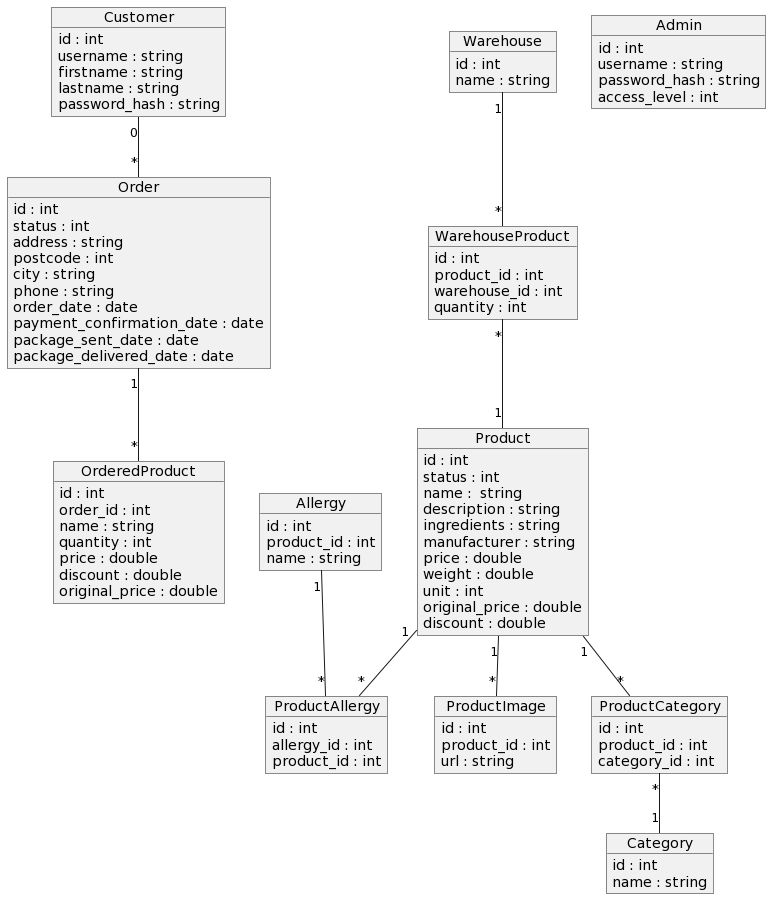
Earlier version of the PlantUML export database/uml.png (MissAlways/AlwaysShop). Source of this version:
```plantuml
@startuml
object Customer
object Order
object Product
object Warehouse
object OrderedProduct
object ProductImage
object WarehouseProduct
object Admin
object ProductCategory
object Category
object ProductAllergy
object Allergy

Customer : id : int
Customer : username : string
Customer : firstname : string
Customer : lastname : string
Customer : password_hash : string

Order : id : int
Order : status : int
Order : address : string
Order : postcode : int
Order : city : string
Order : phone : string
Order : order_date : date
Order : payment_confirmation_date : date
Order : package_sent_date : date
Order : package_delivered_date : date

Product : id : int
Product : status : int
Product : name :  string
Product : description : string
Product : ingredients : string
Product : manufacturer : string
Product : price : double
Product : weight : double
Product : unit : int
Product : original_price : double
Product : discount : double

Allergy : id : int
Allergy : product_id : int
Allergy : name : string

ProductAllergy : id : int
ProductAllergy : allergy_id : int
ProductAllergy : product_id : int

ProductCategory : id : int
ProductCategory : product_id : int
ProductCategory : category_id : int

Category : id : int
Category : name : string

ProductImage : id : int
ProductImage : product_id : int
ProductImage : url : string

Warehouse : id : int
Warehouse : name : string

WarehouseProduct : id : int
WarehouseProduct : product_id : int
WarehouseProduct : warehouse_id : int
WarehouseProduct : quantity : int

OrderedProduct : id : int
OrderedProduct : order_id : int
OrderedProduct : name : string
OrderedProduct : quantity : int
OrderedProduct : price : double
OrderedProduct : discount : double
OrderedProduct : original_price : double

Admin : id : int
Admin : username : string
Admin : password_hash : string
Admin : access_level : int

Product "1" -- "*" ProductImage
Product "1" -- "*" ProductCategory
Product "1" -- "*" ProductAllergy
Allergy "1" -- "*" ProductAllergy
ProductCategory "*" -- "1" Category
Warehouse "1" -- "*" WarehouseProduct
WarehouseProduct "*" -- "1" Product
Order "1" -- "*" OrderedProduct
Customer "0" -- "*" Order
@enduml
```
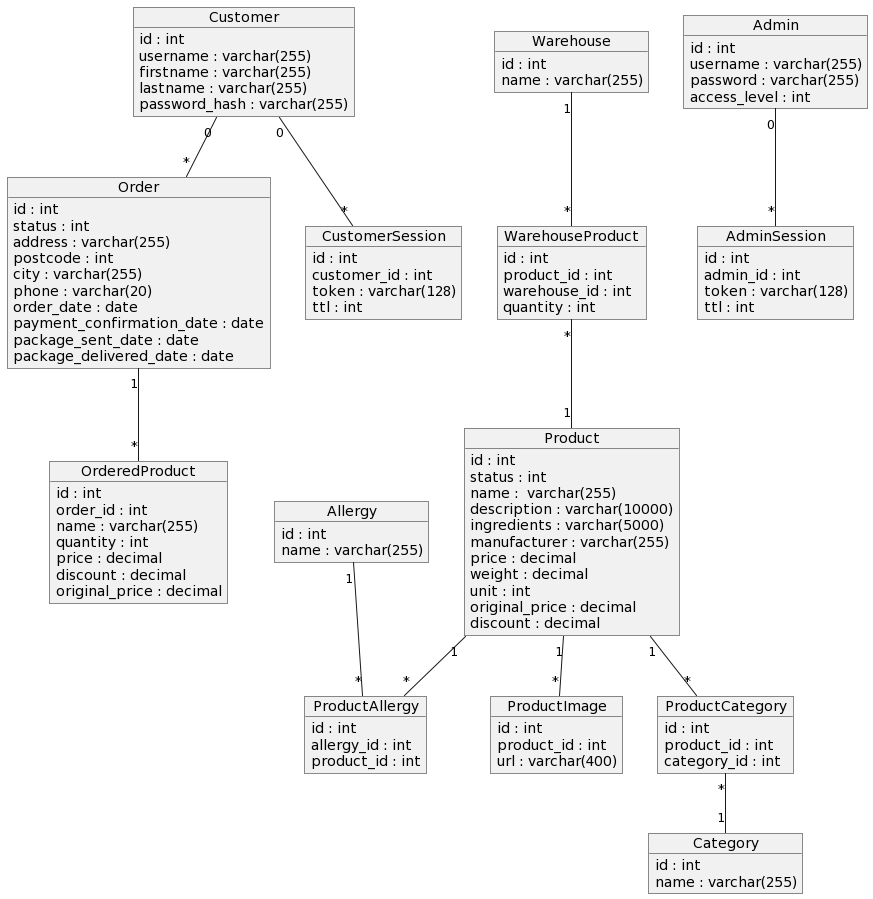
Above is the later version.

Commit message:
Add customer and admin sessions

What changed in the source:
```diff
@@ -11,19 +11,26 @@
 object Category
 object ProductAllergy
 object Allergy
+object CustomerSession
+object AdminSession
 
 Customer : id : int
-Customer : username : string
-Customer : firstname : string
-Customer : lastname : string
-Customer : password_hash : string
+Customer : username : varchar(255)
+Customer : firstname : varchar(255)
+Customer : lastname : varchar(255)
+Customer : password_hash : varchar(255)
+
+CustomerSession : id : int
+CustomerSession : customer_id : int
+CustomerSession : token : varchar(128)
+CustomerSession : ttl : int
 
 Order : id : int
 Order : status : int
-Order : address : string
+Order : address : varchar(255)
 Order : postcode : int
-Order : city : string
-Order : phone : string
+Order : city : varchar(255)
+Order : phone : varchar(20)
 Order : order_date : date
 Order : payment_confirmation_date : date
 Order : package_sent_date : date
@@ -31,19 +38,18 @@
 
 Product : id : int
 Product : status : int
-Product : name :  string
-Product : description : string
-Product : ingredients : string
-Product : manufacturer : string
-Product : price : double
-Product : weight : double
+Product : name :  varchar(255)
+Product : description : varchar(10000)
+Product : ingredients : varchar(5000)
+Product : manufacturer : varchar(255)
+Product : price : decimal
+Product : weight : decimal
 Product : unit : int
-Product : original_price : double
-Product : discount : double
+Product : original_price : decimal
+Product : discount : decimal
 
 Allergy : id : int
-Allergy : product_id : int
-Allergy : name : string
+Allergy : name : varchar(255)
 
 ProductAllergy : id : int
 ProductAllergy : allergy_id : int
@@ -54,14 +60,14 @@
 ProductCategory : category_id : int
 
 Category : id : int
-Category : name : string
+Category : name : varchar(255)
 
 ProductImage : id : int
 ProductImage : product_id : int
-ProductImage : url : string
+ProductImage : url : varchar(400)
 
 Warehouse : id : int
-Warehouse : name : string
+Warehouse : name : varchar(255)
 
 WarehouseProduct : id : int
 WarehouseProduct : product_id : int
@@ -70,16 +76,21 @@
 
 OrderedProduct : id : int
 OrderedProduct : order_id : int
-OrderedProduct : name : string
+OrderedProduct : name : varchar(255)
 OrderedProduct : quantity : int
-OrderedProduct : price : double
-OrderedProduct : discount : double
-OrderedProduct : original_price : double
+OrderedProduct : price : decimal
+OrderedProduct : discount : decimal
+OrderedProduct : original_price : decimal
 
 Admin : id : int
-Admin : username : string
-Admin : password_hash : string
+Admin : username : varchar(255)
+Admin : password : varchar(255)
 Admin : access_level : int
+
+AdminSession : id : int
+AdminSession : admin_id : int
+AdminSession : token : varchar(128)
+AdminSession : ttl : int
 
 Product "1" -- "*" ProductImage
 Product "1" -- "*" ProductCategory
@@ -90,4 +101,6 @@
 WarehouseProduct "*" -- "1" Product
 Order "1" -- "*" OrderedProduct
 Customer "0" -- "*" Order
+Customer "0" -- "*" CustomerSession
+Admin "0" -- "*" AdminSession
 @enduml
```
